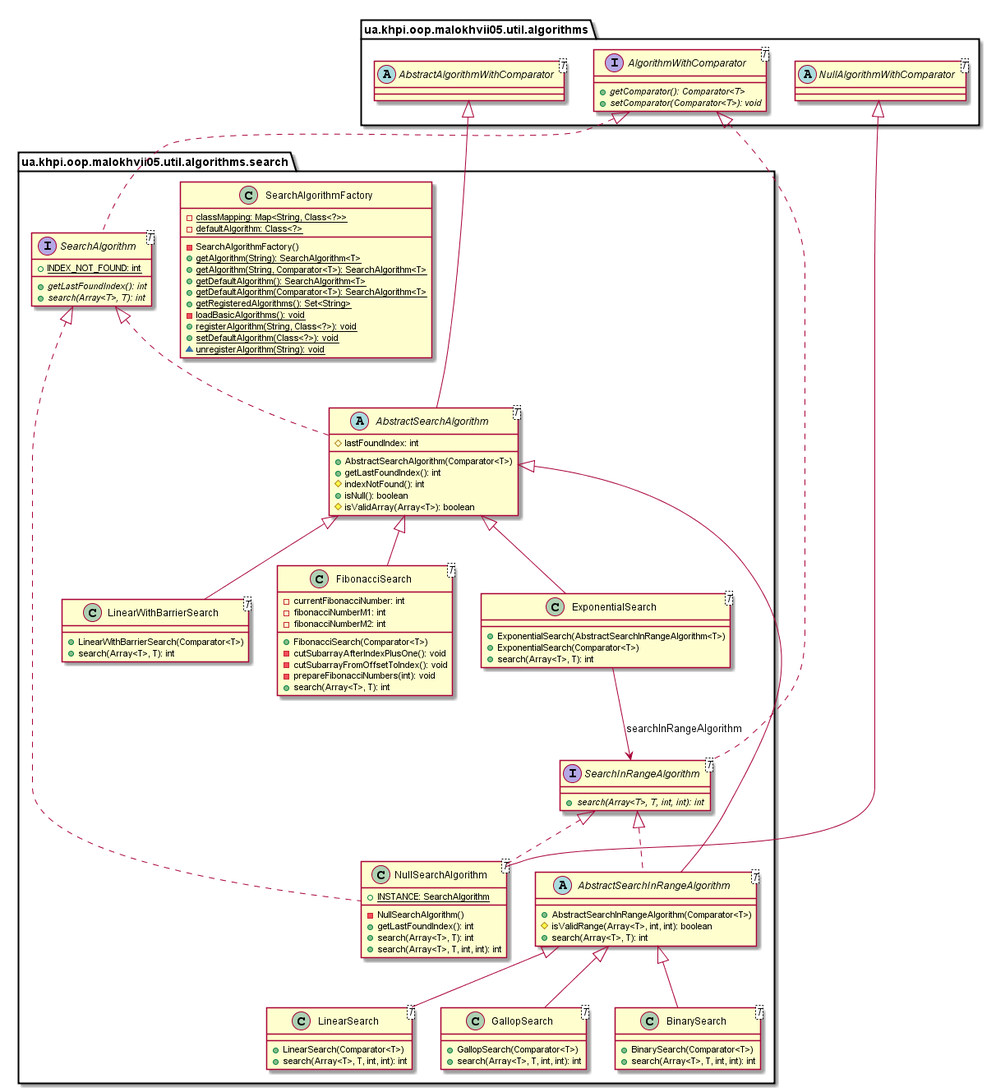
The PlantUML diagram malokhvii-eduard/malokhvii05/doc/plantuml/png/ua.khpi.oop.malokhvii05.util.algorithms.search.package.png in P-Kalin/kit26a, before a commit. Source of this version:
```plantuml
@startuml

    namespace ua.khpi.oop.malokhvii05.util.algorithms.search {

        interface SearchInRangeAlgorithm<T> {
            {abstract} +search(Array<T>, T, int, int): int
        }

        class SearchAlgorithmFactory {
            {static} -classMapping: Map<String, Class<?>>
            {static} -defaultAlgorithm: Class<?>
            -SearchAlgorithmFactory()
            {static} +getAlgorithm(String): SearchAlgorithm<T>
            {static} +getAlgorithm(String, Comparator<T>): SearchAlgorithm<T>
            {static} +getDefaultAlgorithm(): SearchAlgorithm<T>
            {static} +getDefaultAlgorithm(Comparator<T>): SearchAlgorithm<T>
            {static} +getRegisteredAlgorithms(): Set<String>
            {static} -loadBasicAlgorithms(): void
            {static} +registerAlgorithm(String, Class<?>): void
            {static} +setDefaultAlgorithm(Class<?>): void
            {static} ~unregisterAlgorithm(String): void
        }

        interface SearchAlgorithm<T> {
            {static} +INDEX_NOT_FOUND: int
            {abstract} +getLastFoundIndex(): int
            {abstract} +search(Array<T>, T): int
        }

        class NullSearchAlgorithm<T> {
            {static} +INSTANCE: SearchAlgorithm
            -NullSearchAlgorithm()
            +getLastFoundIndex(): int
            +search(Array<T>, T): int
            +search(Array<T>, T, int, int): int
        }

        class LinearWithBarrierSearch<T> {
            +LinearWithBarrierSearch(Comparator<T>)
            +search(Array<T>, T): int
        }

        class LinearSearch<T> {
            +LinearSearch(Comparator<T>)
            +search(Array<T>, T, int, int): int
        }

        class GallopSearch<T> {
            +GallopSearch(Comparator<T>)
            +search(Array<T>, T, int, int): int
        }

        class FibonacciSearch<T> {
            -currentFibonacciNumber: int
            -fibonacciNumberM1: int
            -fibonacciNumberM2: int
            +FibonacciSearch(Comparator<T>)
            -cutSubarrayAfterIndexPlusOne(): void
            -cutSubarrayFromOffsetToIndex(): void
            -prepareFibonacciNumbers(int): void
            +search(Array<T>, T): int
        }

        class ExponentialSearch<T> {
            +ExponentialSearch(AbstractSearchInRangeAlgorithm<T>)
            +ExponentialSearch(Comparator<T>)
            +search(Array<T>, T): int
        }

        class BinarySearch<T> {
            +BinarySearch(Comparator<T>)
            +search(Array<T>, T, int, int): int
        }

        abstract class AbstractSearchInRangeAlgorithm<T> {
            +AbstractSearchInRangeAlgorithm(Comparator<T>)
            #isValidRange(Array<T>, int, int): boolean
            +search(Array<T>, T): int
        }

        abstract class AbstractSearchAlgorithm<T> {
            #lastFoundIndex: int
            +AbstractSearchAlgorithm(Comparator<T>)
            +getLastFoundIndex(): int
            #indexNotFound(): int
            +isNull(): boolean
            #isValidArray(Array<T>): boolean
        }

        interface ua.khpi.oop.malokhvii05.util.algorithms.AlgorithmWithComparator<T> {
            {abstract} +getComparator(): Comparator<T>
            {abstract} +setComparator(Comparator<T>): void
        }
        ua.khpi.oop.malokhvii05.util.algorithms.AlgorithmWithComparator <|.. SearchInRangeAlgorithm

        ua.khpi.oop.malokhvii05.util.algorithms.AlgorithmWithComparator <|.. SearchAlgorithm

        abstract class ua.khpi.oop.malokhvii05.util.algorithms.NullAlgorithmWithComparator<T>
        ua.khpi.oop.malokhvii05.util.algorithms.NullAlgorithmWithComparator <|-- NullSearchAlgorithm

        SearchAlgorithm <|.. NullSearchAlgorithm

        SearchInRangeAlgorithm <|.. NullSearchAlgorithm

        AbstractSearchAlgorithm <|-- LinearWithBarrierSearch

        AbstractSearchInRangeAlgorithm <|-- LinearSearch

        AbstractSearchInRangeAlgorithm <|-- GallopSearch

        AbstractSearchAlgorithm <|-- FibonacciSearch

        AbstractSearchAlgorithm <|-- ExponentialSearch

        AbstractSearchInRangeAlgorithm <|-- BinarySearch

        AbstractSearchAlgorithm <|-- AbstractSearchInRangeAlgorithm

        SearchInRangeAlgorithm <|.. AbstractSearchInRangeAlgorithm

        abstract class ua.khpi.oop.malokhvii05.util.algorithms.AbstractAlgorithmWithComparator<T>
        ua.khpi.oop.malokhvii05.util.algorithms.AbstractAlgorithmWithComparator <|-- AbstractSearchAlgorithm

        SearchAlgorithm <|.. AbstractSearchAlgorithm

        ExponentialSearch --> SearchInRangeAlgorithm: searchInRangeAlgorithm

    }

@enduml
```
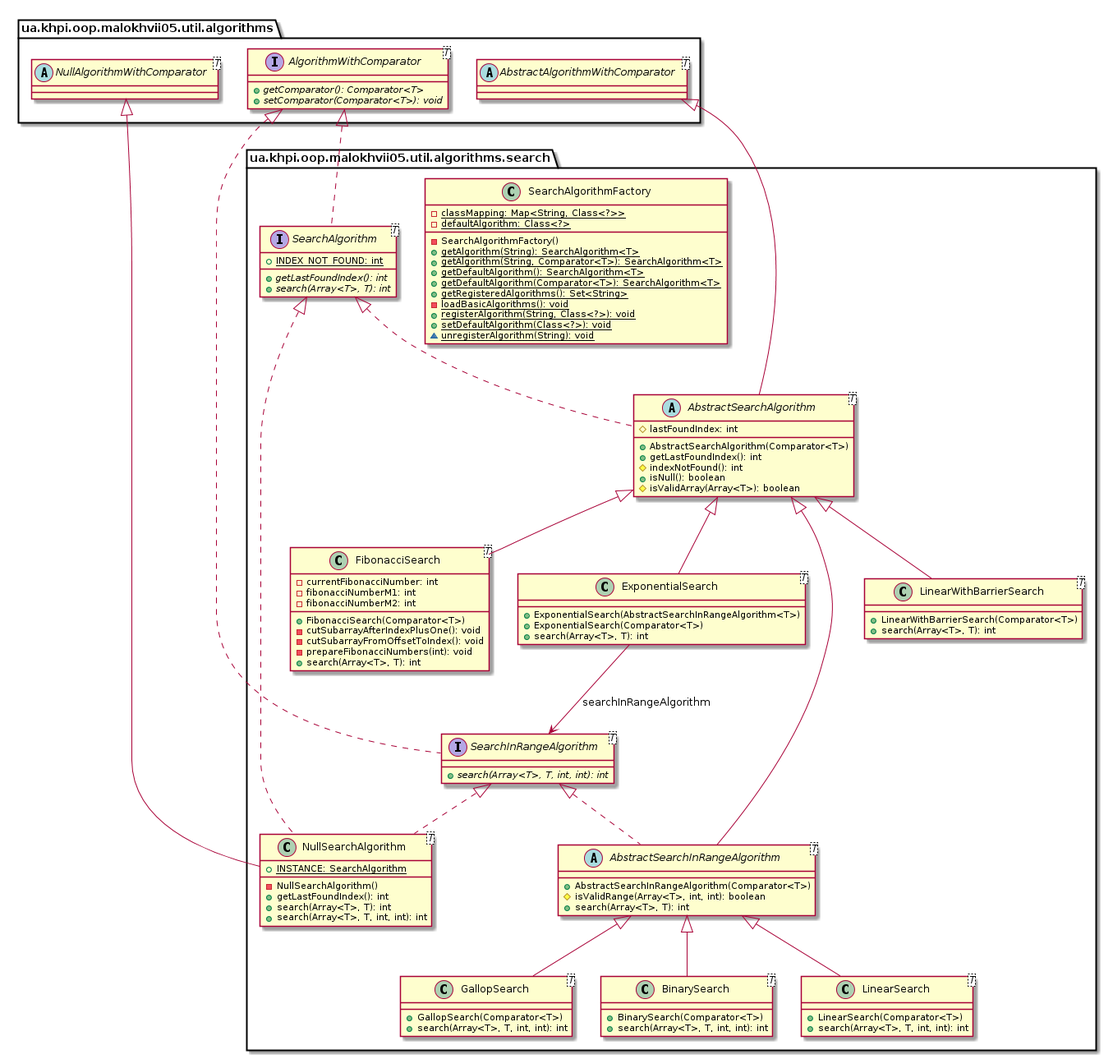
Later version of the same file.

What changed in the source:
```diff
@@ -2,8 +2,21 @@
 
     namespace ua.khpi.oop.malokhvii05.util.algorithms.search {
 
+        class NullSearchAlgorithm<T> {
+            {static} +INSTANCE: SearchAlgorithm
+            -NullSearchAlgorithm()
+            +getLastFoundIndex(): int
+            +search(Array<T>, T): int
+            +search(Array<T>, T, int, int): int
+        }
+
         interface SearchInRangeAlgorithm<T> {
             {abstract} +search(Array<T>, T, int, int): int
+        }
+
+        class GallopSearch<T> {
+            +GallopSearch(Comparator<T>)
+            +search(Array<T>, T, int, int): int
         }
 
         class SearchAlgorithmFactory {
@@ -21,35 +34,6 @@
             {static} ~unregisterAlgorithm(String): void
         }
 
-        interface SearchAlgorithm<T> {
-            {static} +INDEX_NOT_FOUND: int
-            {abstract} +getLastFoundIndex(): int
-            {abstract} +search(Array<T>, T): int
-        }
-
-        class NullSearchAlgorithm<T> {
-            {static} +INSTANCE: SearchAlgorithm
-            -NullSearchAlgorithm()
-            +getLastFoundIndex(): int
-            +search(Array<T>, T): int
-            +search(Array<T>, T, int, int): int
-        }
-
-        class LinearWithBarrierSearch<T> {
-            +LinearWithBarrierSearch(Comparator<T>)
-            +search(Array<T>, T): int
-        }
-
-        class LinearSearch<T> {
-            +LinearSearch(Comparator<T>)
-            +search(Array<T>, T, int, int): int
-        }
-
-        class GallopSearch<T> {
-            +GallopSearch(Comparator<T>)
-            +search(Array<T>, T, int, int): int
-        }
-
         class FibonacciSearch<T> {
             -currentFibonacciNumber: int
             -fibonacciNumberM1: int
@@ -61,14 +45,25 @@
             +search(Array<T>, T): int
         }
 
+        class BinarySearch<T> {
+            +BinarySearch(Comparator<T>)
+            +search(Array<T>, T, int, int): int
+        }
+
         class ExponentialSearch<T> {
             +ExponentialSearch(AbstractSearchInRangeAlgorithm<T>)
             +ExponentialSearch(Comparator<T>)
             +search(Array<T>, T): int
         }
 
-        class BinarySearch<T> {
-            +BinarySearch(Comparator<T>)
+        interface SearchAlgorithm<T> {
+            {static} +INDEX_NOT_FOUND: int
+            {abstract} +getLastFoundIndex(): int
+            {abstract} +search(Array<T>, T): int
+        }
+
+        class LinearSearch<T> {
+            +LinearSearch(Comparator<T>)
             +search(Array<T>, T, int, int): int
         }
 
@@ -87,13 +82,10 @@
             #isValidArray(Array<T>): boolean
         }
 
-        interface ua.khpi.oop.malokhvii05.util.algorithms.AlgorithmWithComparator<T> {
-            {abstract} +getComparator(): Comparator<T>
-            {abstract} +setComparator(Comparator<T>): void
+        class LinearWithBarrierSearch<T> {
+            +LinearWithBarrierSearch(Comparator<T>)
+            +search(Array<T>, T): int
         }
-        ua.khpi.oop.malokhvii05.util.algorithms.AlgorithmWithComparator <|.. SearchInRangeAlgorithm
-
-        ua.khpi.oop.malokhvii05.util.algorithms.AlgorithmWithComparator <|.. SearchAlgorithm
 
         abstract class ua.khpi.oop.malokhvii05.util.algorithms.NullAlgorithmWithComparator<T>
         ua.khpi.oop.malokhvii05.util.algorithms.NullAlgorithmWithComparator <|-- NullSearchAlgorithm
@@ -102,17 +94,23 @@
 
         SearchInRangeAlgorithm <|.. NullSearchAlgorithm
 
-        AbstractSearchAlgorithm <|-- LinearWithBarrierSearch
-
-        AbstractSearchInRangeAlgorithm <|-- LinearSearch
+        interface ua.khpi.oop.malokhvii05.util.algorithms.AlgorithmWithComparator<T> {
+            {abstract} +getComparator(): Comparator<T>
+            {abstract} +setComparator(Comparator<T>): void
+        }
+        ua.khpi.oop.malokhvii05.util.algorithms.AlgorithmWithComparator <|.. SearchInRangeAlgorithm
 
         AbstractSearchInRangeAlgorithm <|-- GallopSearch
 
         AbstractSearchAlgorithm <|-- FibonacciSearch
 
+        AbstractSearchInRangeAlgorithm <|-- BinarySearch
+
         AbstractSearchAlgorithm <|-- ExponentialSearch
 
-        AbstractSearchInRangeAlgorithm <|-- BinarySearch
+        ua.khpi.oop.malokhvii05.util.algorithms.AlgorithmWithComparator <|.. SearchAlgorithm
+
+        AbstractSearchInRangeAlgorithm <|-- LinearSearch
 
         AbstractSearchAlgorithm <|-- AbstractSearchInRangeAlgorithm
 
@@ -123,6 +121,8 @@
 
         SearchAlgorithm <|.. AbstractSearchAlgorithm
 
+        AbstractSearchAlgorithm <|-- LinearWithBarrierSearch
+
         ExponentialSearch --> SearchInRangeAlgorithm: searchInRangeAlgorithm
 
     }
```
